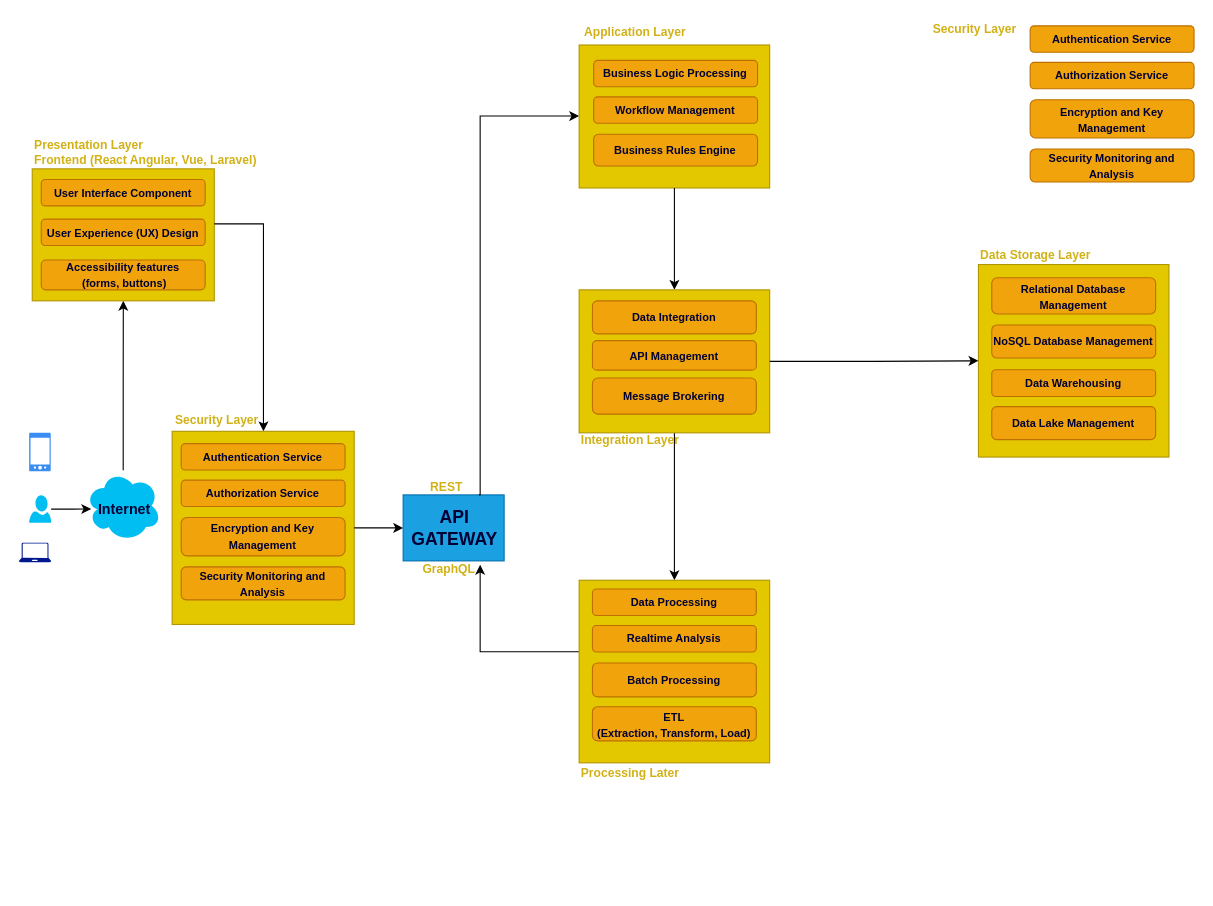
Earlier version of the draw.io diagram IMS.drawio (dabiko/draw-io). Source tidied: cells renumbered, new cells numbered last; positions are measured from the earlier drawing's top-left corner, leaving out a move shared by most shapes. Both pictures are drawn from the tidied source at 110%, with x=0, y=0 at pixel (19, 19).
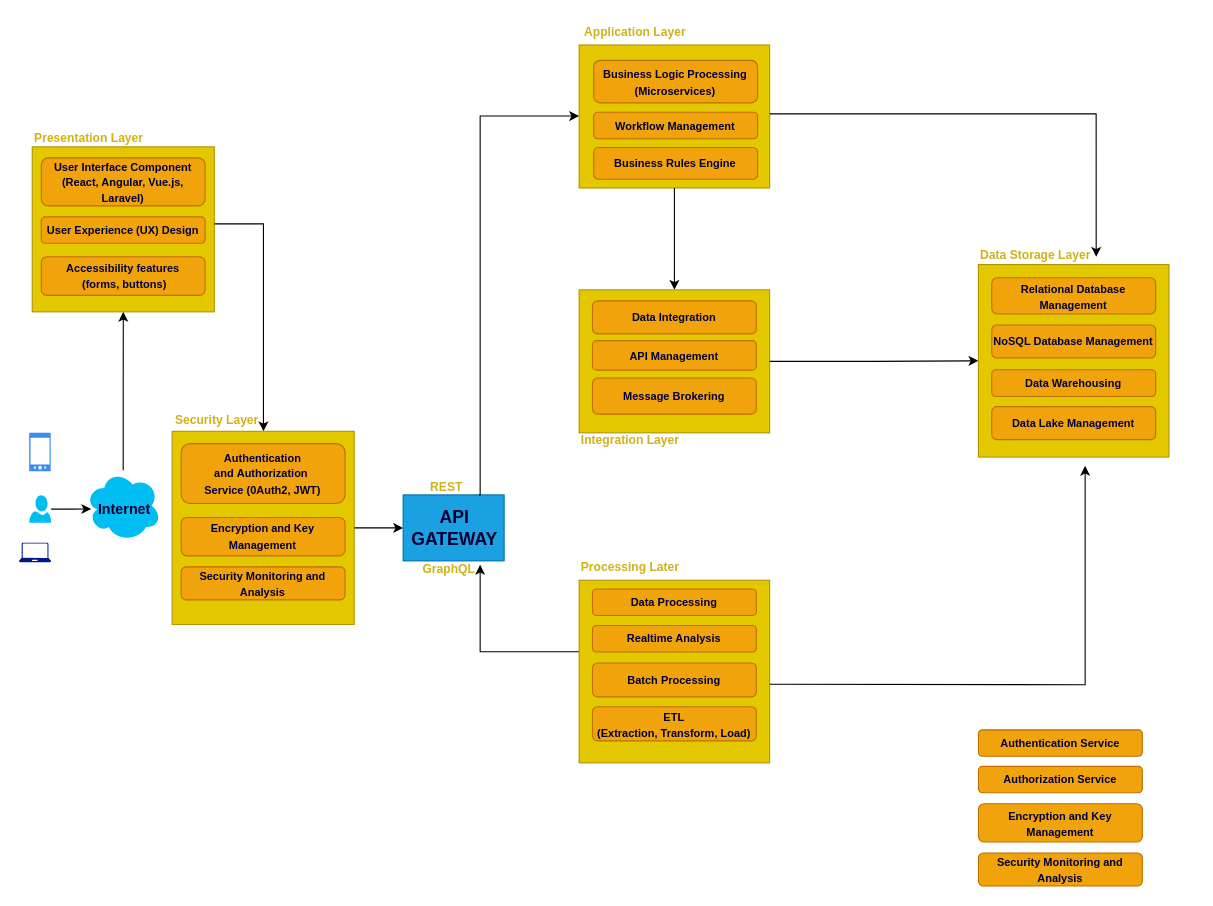
Above is the later version.

Unchanged cells that the change refers to:
```xml
<mxCell id="9" style="group;" parent="8" vertex="1">
  <mxGeometry width="165.5" height="150" as="geometry" />
</mxCell>
<mxCell id="16" style="group;" parent="1" vertex="1">
  <mxGeometry x="139" y="340.2" width="165.5" height="210" as="geometry" />
</mxCell>
<mxCell id="35" style="group;" parent="1" vertex="1">
  <mxGeometry x="509" y="6" width="173.2" height="147.4" as="geometry" />
</mxCell>
<mxCell id="45" style="whiteSpace=wrap;html=1;fillColor=#e3c800;fontColor=#000000;strokeColor=#B09500;" parent="44" vertex="1">
  <mxGeometry width="173.2" height="130" as="geometry" />
</mxCell>
<mxCell id="50" style="group;" parent="1" vertex="1">
  <mxGeometry x="509" y="510" width="173.2" height="190" as="geometry" />
</mxCell>
<mxCell id="51" style="whiteSpace=wrap;html=1;fillColor=#e3c800;fontColor=#000000;strokeColor=#B09500;" parent="50" vertex="1">
  <mxGeometry width="173.2" height="166" as="geometry" />
</mxCell>
<mxCell id="60" value="&lt;span style=&quot;color: rgb(209, 177, 21); font-weight: 700; text-wrap: nowrap; font-size: 11px;&quot;&gt;&lt;font style=&quot;font-size: 11px;&quot;&gt;Data Storage Layer&lt;/font&gt;&lt;/span&gt;&lt;div style=&quot;color: rgb(209, 177, 21); font-weight: 700; text-wrap: nowrap; font-size: 11px;&quot;&gt;&lt;br&gt;&lt;/div&gt;" style="text;html=1;align=left;verticalAlign=middle;whiteSpace=wrap;rounded=0;" parent="59" vertex="1">
  <mxGeometry width="120" height="30" as="geometry" />
</mxCell>
```

Change to the diagram source:
```diff
@@
     <mxCell id="8" style="group;" parent="1" vertex="1">
-      <mxGeometry x="11.8" y="106" width="165.5" height="205.6" as="geometry" />
+      <mxGeometry x="11.8" y="116" width="165.5" height="205.6" as="geometry" />
     </mxCell>
@@
     <mxCell id="10" style="whiteSpace=wrap;html=1;verticalAlign=top;fillColor=#e3c800;strokeColor=#B09500;fontColor=#000000;" parent="9" vertex="1">
-      <mxGeometry y="30" width="165.5" height="120" as="geometry" />
+      <mxGeometry width="165.5" height="150" as="geometry" />
     </mxCell>
-    <mxCell id="11" value="&lt;div style=&quot;color: rgb(209, 177, 21); font-weight: 700; text-wrap: nowrap; font-size: 11px;&quot;&gt;Presentation Layer&lt;div&gt;Frontend (React Angular, Vue, Laravel)&lt;/div&gt;&lt;/div&gt;" style="text;html=1;align=left;verticalAlign=middle;whiteSpace=wrap;rounded=0;" parent="9" vertex="1">
-      <mxGeometry width="100" height="30" as="geometry" />
-    </mxCell>
-    <mxCell id="12" value="&lt;font size=&quot;1&quot; color=&quot;#000033&quot;&gt;&lt;b style=&quot;&quot;&gt;User Interface Component&lt;/b&gt;&lt;/font&gt;" style="rounded=1;whiteSpace=wrap;html=1;fillColor=#f0a30a;fontColor=#000000;strokeColor=#BD7000;" parent="9" vertex="1">
-      <mxGeometry x="8.2" y="39.7" width="149" height="24" as="geometry" />
+    <mxCell id="12" value="&lt;font size=&quot;1&quot; color=&quot;#000033&quot;&gt;&lt;b style=&quot;&quot;&gt;User Interface Component (React, Angular, Vue.js, Laravel)&lt;/b&gt;&lt;/font&gt;" style="rounded=1;whiteSpace=wrap;html=1;fillColor=#f0a30a;fontColor=#000000;strokeColor=#BD7000;" parent="9" vertex="1">
+      <mxGeometry x="8.2" y="10" width="149" height="43.7" as="geometry" />
     </mxCell>
     <mxCell id="13" value="&lt;b style=&quot;color: rgb(0, 0, 51);&quot;&gt;&lt;font style=&quot;font-size: 10px;&quot;&gt;User Experience (UX) Design&lt;/font&gt;&lt;/b&gt;" style="rounded=1;whiteSpace=wrap;html=1;fillColor=#f0a30a;fontColor=#000000;strokeColor=#BD7000;" parent="9" vertex="1">
-      <mxGeometry x="8.2" y="75.7" width="149" height="24" as="geometry" />
+      <mxGeometry x="8.2" y="63.7" width="149" height="24" as="geometry" />
     </mxCell>
     <mxCell id="14" value="&lt;b style=&quot;color: rgb(0, 0, 51); font-size: 10px;&quot;&gt;Accessibility features&lt;br&gt;&amp;nbsp;(forms, buttons)&lt;/b&gt;" style="rounded=1;whiteSpace=wrap;html=1;fillColor=#f0a30a;fontColor=#000000;strokeColor=#BD7000;" parent="9" vertex="1">
-      <mxGeometry x="8.2" y="112.9" width="149" height="27.1" as="geometry" />
+      <mxGeometry x="8.2" y="99.9" width="149" height="35.1" as="geometry" />
     </mxCell>
@@
-    <mxCell id="18" value="&lt;font size=&quot;1&quot; color=&quot;#000033&quot;&gt;&lt;b style=&quot;&quot;&gt;Authentication Service&lt;/b&gt;&lt;/font&gt;" style="rounded=1;whiteSpace=wrap;html=1;fillColor=#f0a30a;fontColor=#000000;strokeColor=#BD7000;" parent="16" vertex="1">
-      <mxGeometry x="8.2" y="45.6" width="149" height="24" as="geometry" />
+    <mxCell id="18" value="&lt;font size=&quot;1&quot; color=&quot;#000033&quot;&gt;&lt;b style=&quot;&quot;&gt;Authentication and&amp;nbsp;&lt;/b&gt;&lt;/font&gt;&lt;b style=&quot;color: rgb(0, 0, 51); font-size: x-small;&quot;&gt;Authorization&amp;nbsp; Service&lt;/b&gt;&lt;font size=&quot;1&quot; color=&quot;#000033&quot;&gt;&lt;b style=&quot;&quot;&gt;&amp;nbsp;(0Auth2, JWT)&lt;/b&gt;&lt;/font&gt;" style="rounded=1;whiteSpace=wrap;html=1;fillColor=#f0a30a;fontColor=#000000;strokeColor=#BD7000;" parent="16" vertex="1">
+      <mxGeometry x="8.2" y="45.6" width="149" height="54.4" as="geometry" />
     </mxCell>
-    <mxCell id="19" value="&lt;font size=&quot;1&quot; color=&quot;#000033&quot;&gt;&lt;b style=&quot;&quot;&gt;Authorization Service&lt;/b&gt;&lt;/font&gt;" style="rounded=1;whiteSpace=wrap;html=1;fillColor=#f0a30a;fontColor=#000000;strokeColor=#BD7000;" parent="16" vertex="1">
-      <mxGeometry x="8.2" y="78.8" width="149" height="24" as="geometry" />
-    </mxCell>
@@
     <mxCell id="23" value="&lt;font size=&quot;1&quot; color=&quot;#000033&quot;&gt;&lt;b style=&quot;&quot;&gt;Authentication Service&lt;/b&gt;&lt;/font&gt;" style="rounded=1;whiteSpace=wrap;html=1;fillColor=#f0a30a;fontColor=#000000;strokeColor=#BD7000;" parent="1" vertex="1">
-      <mxGeometry x="919" y="6" width="149" height="24" as="geometry" />
+      <mxGeometry x="872" y="646" width="149" height="24" as="geometry" />
     </mxCell>
     <mxCell id="24" value="&lt;font size=&quot;1&quot; color=&quot;#000033&quot;&gt;&lt;b style=&quot;&quot;&gt;Authorization Service&lt;/b&gt;&lt;/font&gt;" style="rounded=1;whiteSpace=wrap;html=1;fillColor=#f0a30a;fontColor=#000000;strokeColor=#BD7000;" parent="1" vertex="1">
-      <mxGeometry x="919" y="39.2" width="149" height="24" as="geometry" />
+      <mxGeometry x="872" y="679.2" width="149" height="24" as="geometry" />
     </mxCell>
     <mxCell id="25" value="&lt;b style=&quot;color: rgb(0, 0, 51);&quot;&gt;&lt;font style=&quot;font-size: 10px;&quot;&gt;Encryption and Key Management&lt;/font&gt;&lt;/b&gt;" style="rounded=1;whiteSpace=wrap;html=1;fillColor=#f0a30a;fontColor=#000000;strokeColor=#BD7000;" parent="1" vertex="1">
-      <mxGeometry x="919" y="73.2" width="149" height="34.8" as="geometry" />
+      <mxGeometry x="872" y="713.2" width="149" height="34.8" as="geometry" />
     </mxCell>
     <mxCell id="26" value="&lt;font color=&quot;#000033&quot;&gt;&lt;span style=&quot;font-size: 10px;&quot;&gt;&lt;b&gt;Security Monitoring and Analysis&lt;/b&gt;&lt;/span&gt;&lt;/font&gt;" style="rounded=1;whiteSpace=wrap;html=1;fillColor=#f0a30a;fontColor=#000000;strokeColor=#BD7000;" parent="1" vertex="1">
-      <mxGeometry x="919" y="118" width="149" height="30" as="geometry" />
+      <mxGeometry x="872" y="758" width="149" height="30" as="geometry" />
     </mxCell>
@@
-    <mxCell id="38" value="&lt;font size=&quot;1&quot; color=&quot;#000033&quot;&gt;&lt;b style=&quot;&quot;&gt;Business Logic Processing&lt;/b&gt;&lt;/font&gt;" style="rounded=1;whiteSpace=wrap;html=1;fillColor=#f0a30a;fontColor=#000000;strokeColor=#BD7000;" parent="35" vertex="1">
-      <mxGeometry x="13.2" y="31.4" width="149" height="24" as="geometry" />
+    <mxCell id="38" value="&lt;font size=&quot;1&quot; color=&quot;#000033&quot;&gt;&lt;b style=&quot;&quot;&gt;Business Logic Processing&lt;br&gt;(Microservices)&lt;/b&gt;&lt;/font&gt;" style="rounded=1;whiteSpace=wrap;html=1;fillColor=#f0a30a;fontColor=#000000;strokeColor=#BD7000;" parent="35" vertex="1">
+      <mxGeometry x="13.2" y="31.4" width="149" height="38.6" as="geometry" />
     </mxCell>
     <mxCell id="39" value="&lt;font size=&quot;1&quot; color=&quot;#000033&quot;&gt;&lt;b style=&quot;&quot;&gt;Workflow Management&lt;/b&gt;&lt;/font&gt;" style="rounded=1;whiteSpace=wrap;html=1;fillColor=#f0a30a;fontColor=#000000;strokeColor=#BD7000;" parent="35" vertex="1">
-      <mxGeometry x="13.2" y="64.6" width="149" height="24" as="geometry" />
+      <mxGeometry x="13.2" y="78.6" width="149" height="24" as="geometry" />
     </mxCell>
     <mxCell id="40" value="&lt;b style=&quot;color: rgb(0, 0, 51);&quot;&gt;&lt;font style=&quot;font-size: 10px;&quot;&gt;Business Rules Engine&lt;/font&gt;&lt;/b&gt;" style="rounded=1;whiteSpace=wrap;html=1;fillColor=#f0a30a;fontColor=#000000;strokeColor=#BD7000;" parent="35" vertex="1">
-      <mxGeometry x="13.2" y="98.6" width="149" height="28.8" as="geometry" />
+      <mxGeometry x="13.2" y="110.6" width="149" height="28.8" as="geometry" />
     </mxCell>
-    <mxCell id="41" style="edgeStyle=orthogonalEdgeStyle;rounded=0;jettySize=auto;html=1;" parent="1" edge="1" source="45" target="51">
-      <mxGeometry relative="1" as="geometry" />
-    </mxCell>
@@
-    <mxCell id="52" value="&lt;div style=&quot;color: rgb(209, 177, 21); font-weight: 700; text-wrap: nowrap; font-size: 11px;&quot;&gt;Processing Later&lt;/div&gt;" style="text;html=1;align=left;verticalAlign=middle;whiteSpace=wrap;rounded=0;" parent="50" vertex="1">
-      <mxGeometry y="160" width="90" height="30" as="geometry" />
-    </mxCell>
@@
-    <mxCell id="58" value="&lt;span style=&quot;color: rgb(209, 177, 21); font-weight: 700; text-wrap: nowrap; font-size: 11px;&quot;&gt;&lt;font style=&quot;font-size: 11px;&quot;&gt;Security Layer&lt;/font&gt;&lt;/span&gt;&lt;div style=&quot;color: rgb(209, 177, 21); font-weight: 700; text-wrap: nowrap; font-size: 11px;&quot;&gt;&lt;br&gt;&lt;/div&gt;" style="text;html=1;align=left;verticalAlign=middle;whiteSpace=wrap;rounded=0;" parent="1" vertex="1">
-      <mxGeometry x="829" width="90" height="30" as="geometry" />
-    </mxCell>
@@
+    <mxCell id="66" style="edgeStyle=none;orthogonalLoop=1;jettySize=auto;html=1;rounded=0;" parent="1" edge="1">
+      <mxGeometry relative="1" as="geometry">
+        <mxPoint x="682.3" y="604.5" as="sourcePoint" />
+        <mxPoint x="969" y="406" as="targetPoint" />
+        <Array as="points">
+          <mxPoint x="969" y="605" />
+        </Array>
+      </mxGeometry>
+    </mxCell>
+    <mxCell id="67" style="edgeStyle=none;jettySize=auto;html=1;rounded=0;entryX=0.892;entryY=0.367;entryDx=0;entryDy=0;entryPerimeter=0;" parent="1" edge="1" target="60">
+      <mxGeometry relative="1" as="geometry">
+        <mxPoint x="682.3" y="86" as="sourcePoint" />
+        <Array as="points">
+          <mxPoint x="979" y="86" />
+        </Array>
+      </mxGeometry>
+    </mxCell>
+    <mxCell id="52" value="&lt;div style=&quot;color: rgb(209, 177, 21); font-weight: 700; text-wrap: nowrap; font-size: 11px;&quot;&gt;Processing Later&lt;/div&gt;" style="text;html=1;align=left;verticalAlign=middle;whiteSpace=wrap;rounded=0;" parent="1" vertex="1">
+      <mxGeometry x="509" y="483" width="90" height="30" as="geometry" />
+    </mxCell>
+    <mxCell id="11" value="&lt;div style=&quot;color: rgb(209, 177, 21); font-weight: 700; text-wrap: nowrap; font-size: 11px;&quot;&gt;Presentation Layer&lt;div&gt;&lt;br&gt;&lt;/div&gt;&lt;/div&gt;" style="text;html=1;align=left;verticalAlign=middle;whiteSpace=wrap;rounded=0;" parent="1" vertex="1">
+      <mxGeometry x="11.8" y="100" width="100" height="30" as="geometry" />
+    </mxCell>
```
